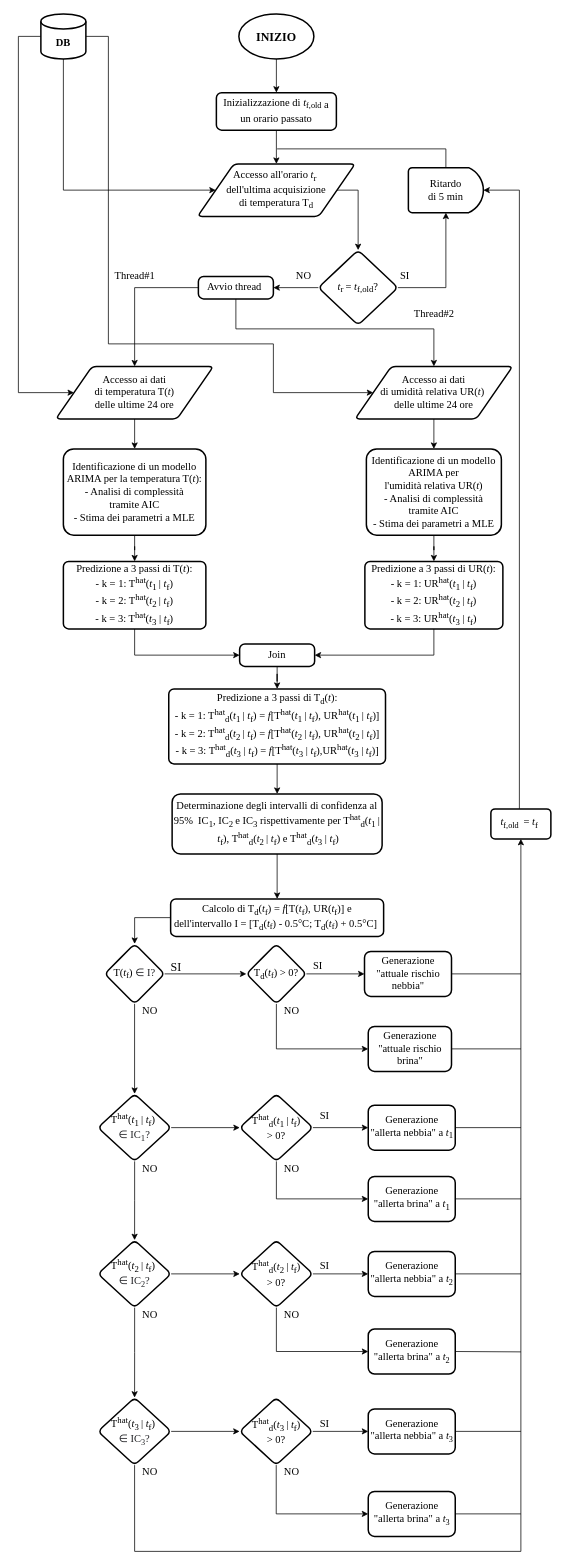
Before: Alerts criteria/FlowChartsFiles/Allerte_nebbia_&_brina.drawio in matteoverzeroli/LVSEmergency, a draw.io diagram. Source tidied: cells renumbered, new cells numbered last; positions are measured from the earlier drawing's top-left corner, leaving out a move shared by most shapes. Both pictures are drawn from the tidied source at 75%, with x=0, y=0 at pixel (18, 14).
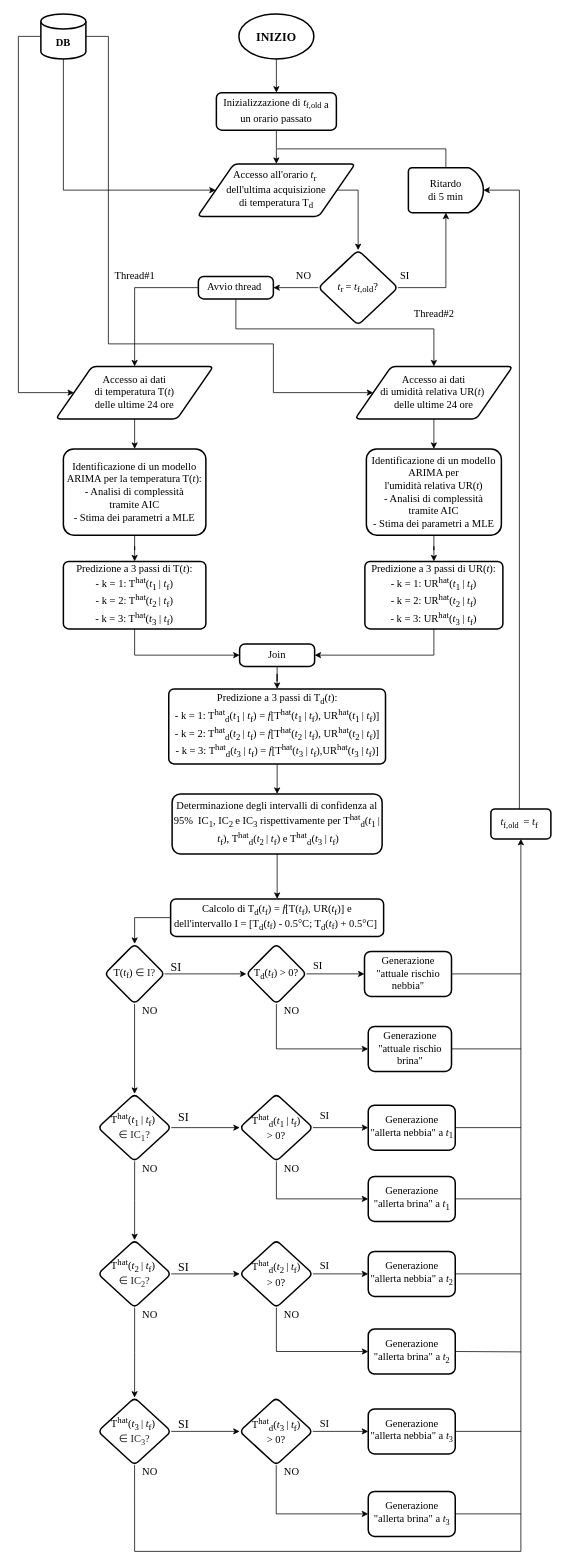
Above is the later version.

What changed in the source:
```diff
@@
+    <mxCell id="99" value="&lt;font size=&quot;3&quot;&gt;SI&lt;/font&gt;" style="text;html=1;align=center;verticalAlign=middle;strokeColor=none;fillColor=none;fontSize=11;fontFamily=Times New Roman;" parent="1" vertex="1">
+      <mxGeometry x="205" y="1460" width="30" height="20" as="geometry" />
+    </mxCell>
+    <mxCell id="100" value="&lt;font size=&quot;3&quot;&gt;SI&lt;/font&gt;" style="text;html=1;align=center;verticalAlign=middle;strokeColor=none;fillColor=none;fontSize=11;fontFamily=Times New Roman;" parent="1" vertex="1">
+      <mxGeometry x="205" y="1660" width="30" height="20" as="geometry" />
+    </mxCell>
+    <mxCell id="101" value="&lt;font size=&quot;3&quot;&gt;SI&lt;/font&gt;" style="text;html=1;align=center;verticalAlign=middle;strokeColor=none;fillColor=none;fontSize=11;fontFamily=Times New Roman;" parent="1" vertex="1">
+      <mxGeometry x="205" y="1870" width="30" height="20" as="geometry" />
+    </mxCell>
```
